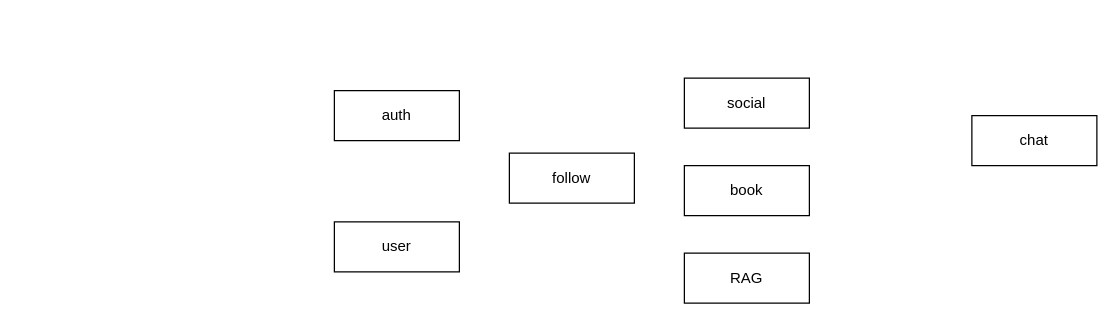
This is page "Page-1" (1 of 2) of arch.drawio from abdelbar472/bookie, a draw.io file, before an edit. Source tidied: cells renumbered, new cells numbered last; positions are measured from the earlier drawing's top-left corner, leaving out a move shared by most shapes. Both pictures are drawn from the tidied source at 125%, with x=0, y=0 at pixel (334, 78).
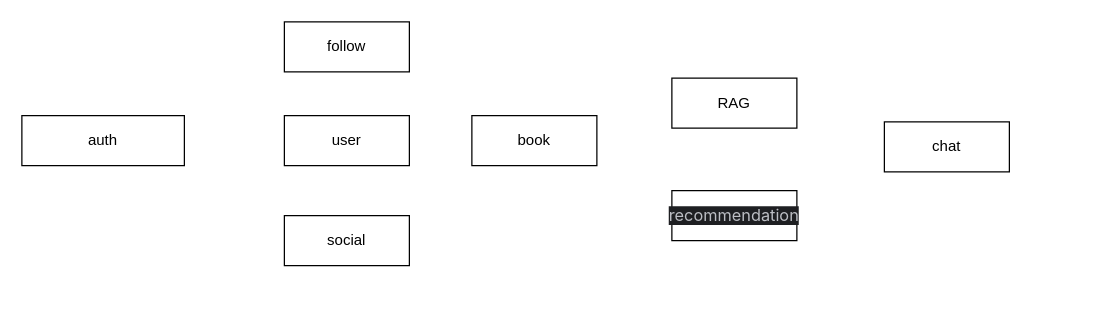
After the change.

Change to the diagram source:
```diff
@@
 <mxGraphModel>
   <root>
     <mxCell id="0" />
     <mxCell id="1" parent="0" />
     <mxCell id="2" value="follow" style="whiteSpace=wrap;html=1;align=center;" parent="1" vertex="1">
-      <mxGeometry x="140" y="60" width="100" height="40" as="geometry" />
+      <mxGeometry x="-40" y="-45" width="100" height="40" as="geometry" />
     </mxCell>
     <mxCell id="3" value="book" style="whiteSpace=wrap;html=1;align=center;flipH=0;legacyAnchorPoints=0;flipV=1;" parent="1" vertex="1">
-      <mxGeometry x="280" y="70" width="100" height="40" as="geometry" />
+      <mxGeometry x="110" y="30" width="100" height="40" as="geometry" />
     </mxCell>
     <mxCell id="4" value="user" style="whiteSpace=wrap;html=1;align=center;" parent="1" vertex="1">
-      <mxGeometry y="115" width="100" height="40" as="geometry" />
+      <mxGeometry x="-40" y="30" width="100" height="40" as="geometry" />
     </mxCell>
     <mxCell id="5" value="social" style="whiteSpace=wrap;html=1;align=center;flipH=0;legacyAnchorPoints=0;flipV=1;" parent="1" vertex="1">
-      <mxGeometry x="280" width="100" height="40" as="geometry" />
+      <mxGeometry x="-40" y="110" width="100" height="40" as="geometry" />
     </mxCell>
     <mxCell id="6" value="RAG" style="whiteSpace=wrap;html=1;align=center;flipH=0;legacyAnchorPoints=0;flipV=1;" parent="1" vertex="1">
-      <mxGeometry x="280" y="140" width="100" height="40" as="geometry" />
+      <mxGeometry x="270" width="100" height="40" as="geometry" />
     </mxCell>
     <mxCell id="7" value="auth" style="whiteSpace=wrap;html=1;align=center;" parent="1" vertex="1">
-      <mxGeometry y="10" width="100" height="40" as="geometry" />
+      <mxGeometry x="-250" y="30" width="130" height="40" as="geometry" />
     </mxCell>
     <mxCell id="8" value="chat" style="whiteSpace=wrap;html=1;align=center;" parent="1" vertex="1">
-      <mxGeometry x="510" y="30" width="100" height="40" as="geometry" />
+      <mxGeometry x="440" y="35" width="100" height="40" as="geometry" />
     </mxCell>
+    <mxCell id="9" value="&lt;div style=&quot;background-color:#1e1f22;color:#bcbec4&quot;&gt;&lt;pre style=&quot;font-family:'Inter';font-size:9.8pt;&quot;&gt;recommendation&lt;/pre&gt;&lt;/div&gt;" style="whiteSpace=wrap;html=1;align=center;flipH=0;legacyAnchorPoints=0;flipV=1;" parent="1" vertex="1">
+      <mxGeometry x="270" y="90" width="100" height="40" as="geometry" />
+    </mxCell>
   </root>
 </mxGraphModel>
```
